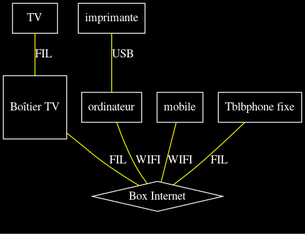
Earlier version of the Graphviz export assets/reseau.png (zhangfeng/cours). Its source is kept beside it as assets/reseau.gv.
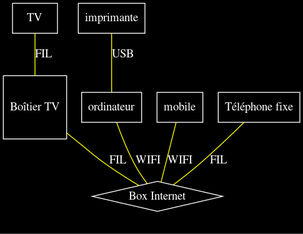
The same file after the commit.

Commit message:
Corrections mineures sur reseau.gv

Diff of the diagram source:
```diff
@@ -9,7 +9,7 @@
     ordinateur [ shape = box ];
     imprimante [ shape = box ];
     mobile [ shape = rectangle ];
-    tel [ label = "Tblbphone fixe", shape = rectangle ];
+    tel [ label = "Téléphone fixe", shape = rectangle ];
     ordinateur -- box [ label = "WIFI" ];
     mobile -- box [ label = "WIFI" ];
     tel -- box [ label = "FIL" ];
```
